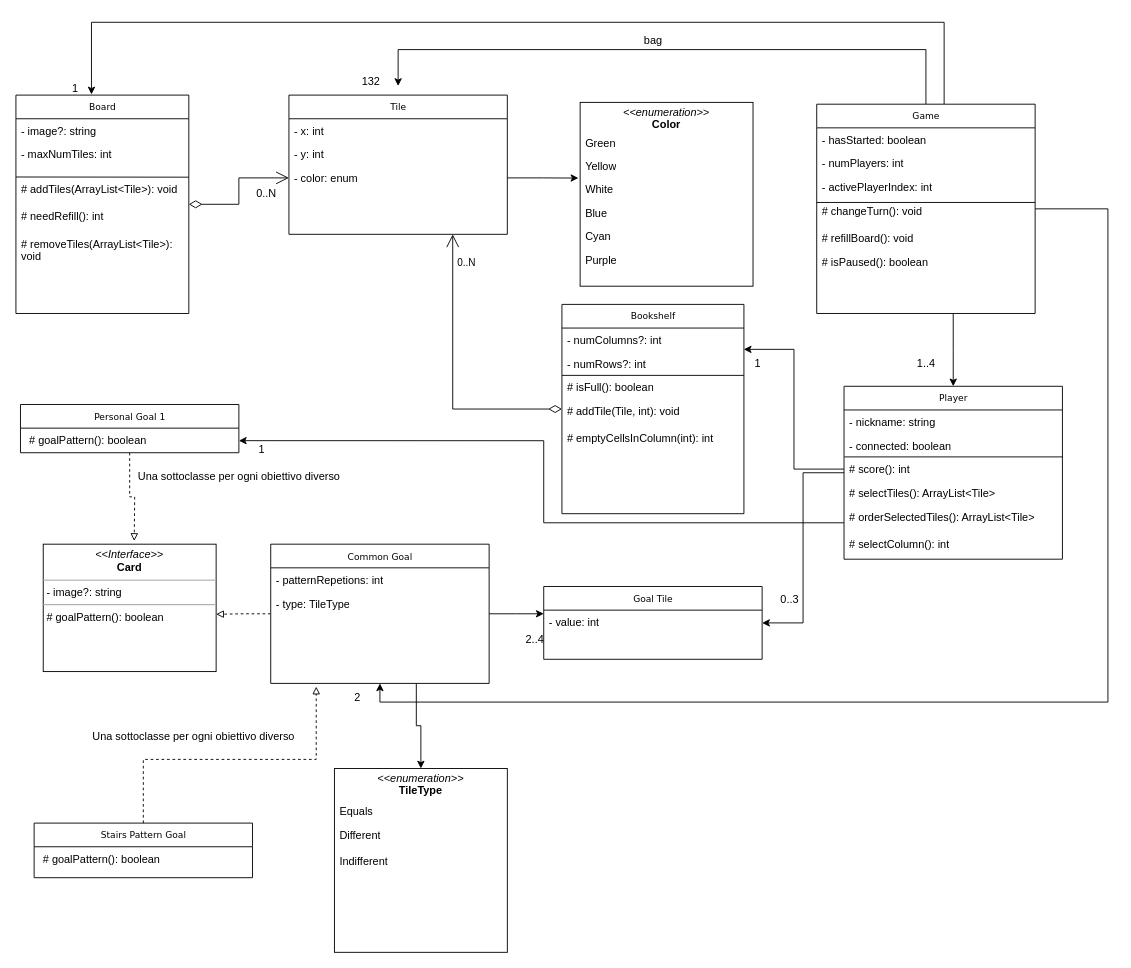
zizzeroni/ing-sw-2023-rovelli-pessina-riccardi-tosetti keeps this draw.io diagram as UML Diagram.drawio. Above is the earlier version. Source tidied: cells renumbered, new cells numbered last; positions are measured from the earlier drawing's top-left corner, leaving out a move shared by most shapes. Both pictures are drawn from the tidied source at 91%, with x=0, y=0 at pixel (15, 22).
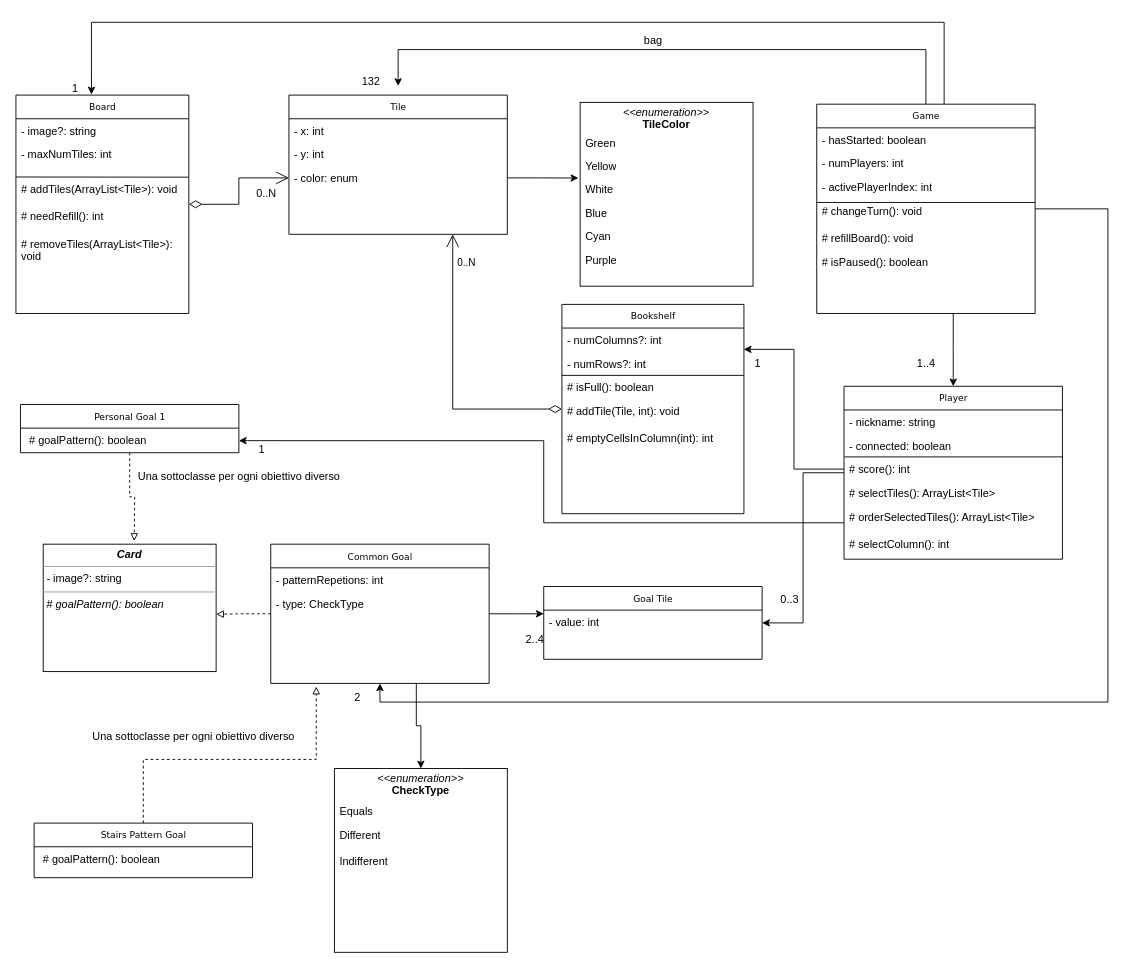
After the change.

Commit message:
Correzione sintattica dell'UML

Unchanged cells that the change refers to:
```xml
<mxCell id="37" value="Common Goal" style="swimlane;html=1;fontStyle=0;horizontal=1;startSize=26;fillColor=none;swimlaneFillColor=#ffffff;rounded=0;shadow=0;comic=0;labelBackgroundColor=none;strokeWidth=1;fontFamily=Verdana;fontSize=10;align=center;" parent="1" vertex="1">
  <mxGeometry x="280" y="573.5" width="240" height="153" as="geometry" />
</mxCell>
```

Diff of the diagram source:
```diff
@@
-    <mxCell id="14" value="&lt;p style=&quot;margin:0px;margin-top:4px;text-align:center;&quot;&gt;&lt;i&gt;&amp;lt;&amp;lt;enumeration&amp;gt;&amp;gt;&lt;/i&gt;&lt;br&gt;&lt;b&gt;Color&lt;/b&gt;&lt;/p&gt;" style="verticalAlign=top;align=left;overflow=fill;fontSize=12;fontFamily=Helvetica;html=1;rounded=0;shadow=0;comic=0;labelBackgroundColor=none;strokeWidth=1;" parent="1" vertex="1">
+    <mxCell id="14" value="&lt;p style=&quot;margin:0px;margin-top:4px;text-align:center;&quot;&gt;&lt;i&gt;&amp;lt;&amp;lt;enumeration&amp;gt;&amp;gt;&lt;/i&gt;&lt;br&gt;&lt;b&gt;TileColor&lt;/b&gt;&lt;/p&gt;" style="verticalAlign=top;align=left;overflow=fill;fontSize=12;fontFamily=Helvetica;html=1;rounded=0;shadow=0;comic=0;labelBackgroundColor=none;strokeWidth=1;" parent="1" vertex="1">
       <mxGeometry x="620" y="88" width="190" height="202" as="geometry" />
     </mxCell>
@@
-    <mxCell id="33" value="&lt;p style=&quot;margin:0px;margin-top:4px;text-align:center;&quot;&gt;&lt;i&gt;&amp;lt;&amp;lt;Interface&amp;gt;&amp;gt;&lt;/i&gt;&lt;br&gt;&lt;b&gt;Card&lt;/b&gt;&lt;/p&gt;&lt;hr size=&quot;1&quot;&gt;&lt;p style=&quot;margin:0px;margin-left:4px;&quot;&gt;- image?: string&lt;br&gt;&lt;/p&gt;&lt;hr size=&quot;1&quot;&gt;&lt;p style=&quot;margin:0px;margin-left:4px;&quot;&gt;# goalPattern(): boolean&lt;/p&gt;" style="verticalAlign=top;align=left;overflow=fill;fontSize=12;fontFamily=Helvetica;html=1;rounded=0;shadow=0;comic=0;labelBackgroundColor=none;strokeWidth=1;" parent="1" vertex="1">
+    <mxCell id="33" value="&lt;p style=&quot;margin:0px;margin-top:4px;text-align:center;&quot;&gt;&lt;b&gt;&lt;i&gt;Card&lt;/i&gt;&lt;/b&gt;&lt;/p&gt;&lt;hr size=&quot;1&quot;&gt;&lt;p style=&quot;margin:0px;margin-left:4px;&quot;&gt;- image?: string&lt;br&gt;&lt;/p&gt;&lt;hr size=&quot;1&quot;&gt;&lt;p style=&quot;margin:0px;margin-left:4px;&quot;&gt;#&lt;i&gt; goalPattern(): boolean&lt;/i&gt;&lt;/p&gt;" style="verticalAlign=top;align=left;overflow=fill;fontSize=12;fontFamily=Helvetica;html=1;rounded=0;shadow=0;comic=0;labelBackgroundColor=none;strokeWidth=1;" parent="1" vertex="1">
       <mxGeometry x="30" y="573.5" width="190" height="140" as="geometry" />
     </mxCell>
@@
-    <mxCell id="39" value="- type: TileType" style="text;html=1;strokeColor=none;fillColor=none;align=left;verticalAlign=top;spacingLeft=4;spacingRight=4;whiteSpace=wrap;overflow=hidden;" parent="37" vertex="1">
+    <mxCell id="39" value="- type: CheckType" style="text;html=1;strokeColor=none;fillColor=none;align=left;verticalAlign=top;spacingLeft=4;spacingRight=4;whiteSpace=wrap;overflow=hidden;" parent="37" vertex="1">
       <mxGeometry y="52" width="240" height="26" as="geometry" />
     </mxCell>
@@
-    <mxCell id="80" value="&lt;p style=&quot;margin:0px;margin-top:4px;text-align:center;&quot;&gt;&lt;i&gt;&amp;lt;&amp;lt;enumeration&amp;gt;&amp;gt;&lt;/i&gt;&lt;br&gt;&lt;b&gt;TileType&lt;/b&gt;&lt;/p&gt;" style="verticalAlign=top;align=left;overflow=fill;fontSize=12;fontFamily=Helvetica;html=1;rounded=0;shadow=0;comic=0;labelBackgroundColor=none;strokeWidth=1;" parent="1" vertex="1">
+    <mxCell id="80" value="&lt;p style=&quot;margin:0px;margin-top:4px;text-align:center;&quot;&gt;&lt;i&gt;&amp;lt;&amp;lt;enumeration&amp;gt;&amp;gt;&lt;/i&gt;&lt;br&gt;&lt;b&gt;Check&lt;/b&gt;&lt;b style=&quot;background-color: initial;&quot;&gt;Type&lt;/b&gt;&lt;/p&gt;" style="verticalAlign=top;align=left;overflow=fill;fontSize=12;fontFamily=Helvetica;html=1;rounded=0;shadow=0;comic=0;labelBackgroundColor=none;strokeWidth=1;" parent="1" vertex="1">
       <mxGeometry x="350" y="820" width="190" height="202" as="geometry" />
     </mxCell>
```
